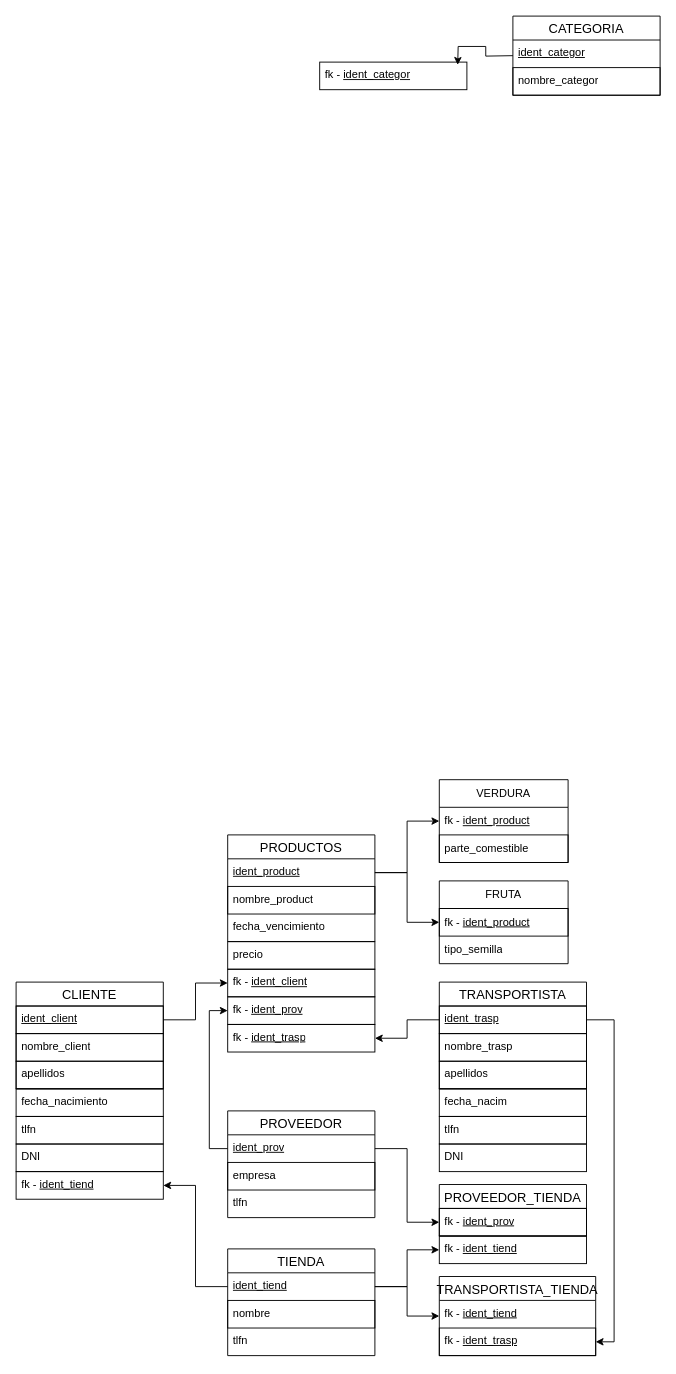
Before: Bases_de_Datos/Entidad_Relacion/Diagrama modelo relacional.drawio in UNAI42MB/GRUPO3-UNAI-NELSON-ADRIAN, a draw.io diagram. Source tidied: cells renumbered, new cells numbered last; positions are measured from the earlier drawing's top-left corner, leaving out a move shared by most shapes. Both pictures are drawn from the tidied source at 92%, with x=0, y=0 at pixel (16, 16).
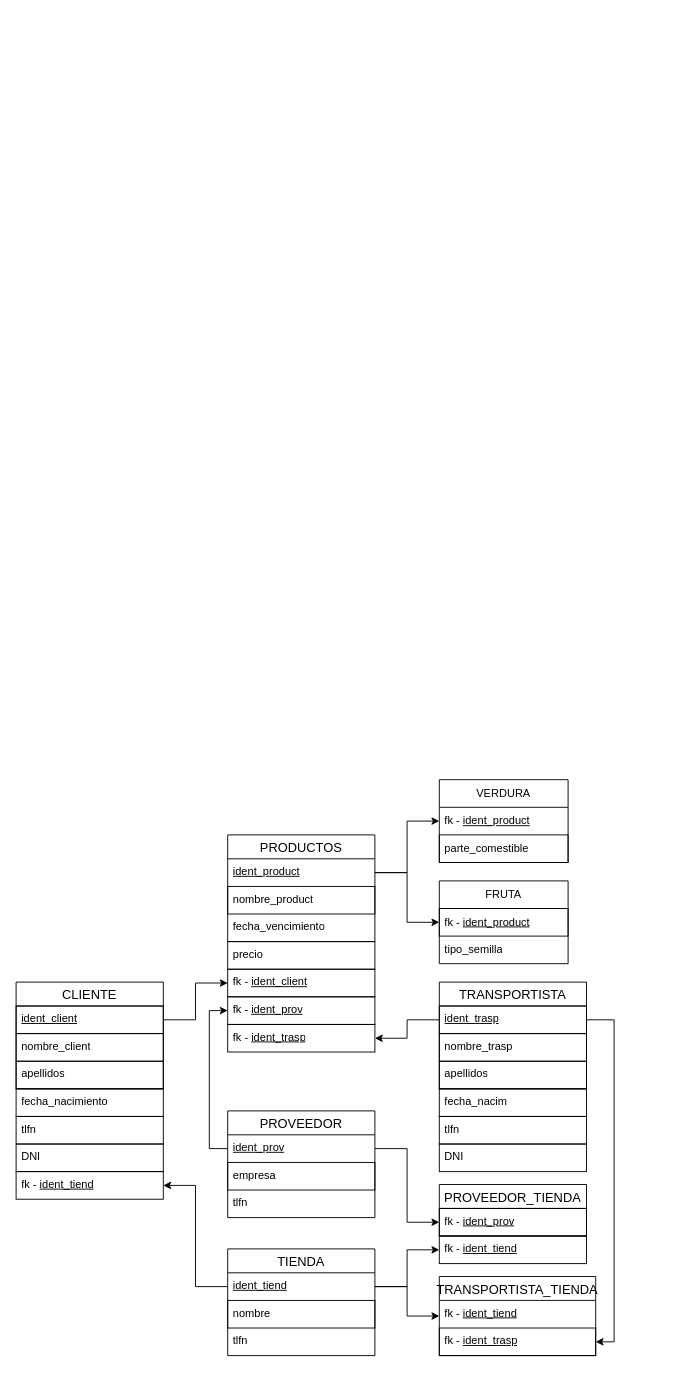
The same diagram, later.

Commit message:
Me salia en rojo el modelo relacional asi que lo vuelvo a guardar

What changed in the source:
```diff
@@
-    <mxCell id="53" value="&lt;div style=&quot;text-align: center;&quot;&gt;fk -&amp;nbsp;&lt;u style=&quot;background-color: transparent; color: light-dark(rgb(0, 0, 0), rgb(255, 255, 255));&quot;&gt;ident_categor&lt;/u&gt;&lt;/div&gt;" style="text;strokeColor=default;fillColor=none;spacingLeft=4;spacingRight=4;overflow=hidden;fontSize=12;whiteSpace=wrap;html=1;" parent="1" vertex="1">
-      <mxGeometry x="330" y="50" width="160" height="30" as="geometry" />
-    </mxCell>
-    <mxCell id="54" value="CATEGORIA" style="swimlane;fontStyle=0;horizontal=1;startSize=26;align=center;fontSize=14;" parent="1" vertex="1">
-      <mxGeometry x="540" width="160" height="86" as="geometry" />
-    </mxCell>
-    <mxCell id="55" value="&lt;u style=&quot;color: light-dark(rgb(0, 0, 0), rgb(255, 255, 255)); text-align: center; background-color: transparent;&quot;&gt;ident_categor&lt;/u&gt;" style="text;strokeColor=none;fillColor=none;spacingLeft=4;spacingRight=4;overflow=hidden;fontSize=12;whiteSpace=wrap;html=1;" parent="54" vertex="1">
-      <mxGeometry y="26" width="160" height="30" as="geometry" />
-    </mxCell>
-    <mxCell id="56" value="&lt;div style=&quot;text-align: center;&quot;&gt;&lt;span style=&quot;background-color: transparent; color: light-dark(rgb(0, 0, 0), rgb(255, 255, 255));&quot;&gt;nombre_categor&lt;/span&gt;&lt;/div&gt;" style="text;strokeColor=default;fillColor=none;spacingLeft=4;spacingRight=4;overflow=hidden;fontSize=12;whiteSpace=wrap;html=1;" parent="54" vertex="1">
-      <mxGeometry y="56" width="160" height="30" as="geometry" />
-    </mxCell>
-    <mxCell id="57" style="edgeStyle=orthogonalEdgeStyle;rounded=0;orthogonalLoop=1;jettySize=auto;html=1;exitX=0;exitY=0.5;exitDx=0;exitDy=0;entryX=1;entryY=0.5;entryDx=0;entryDy=0;" parent="1" edge="1">
-      <mxGeometry relative="1" as="geometry">
-        <mxPoint x="540" y="43" as="sourcePoint" />
-        <mxPoint x="480" y="53" as="targetPoint" />
-      </mxGeometry>
-    </mxCell>
```
